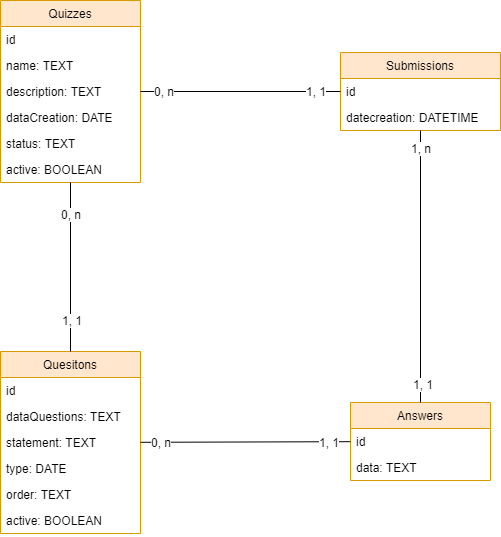
This is documentation/images/db/MCD_Kaphoot.png from nicolas-maitre/spa_framework, a draw.io export, as it was before one commit. Source tidied: cells renumbered, new cells last; positions are measured from the earlier drawing's top-left corner, leaving out a move shared by most shapes.
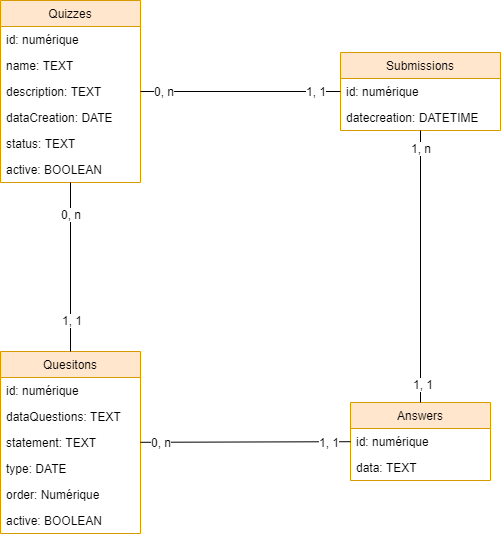
After the commit.

Commit message:
Modify Schema MCD MLD Schema

What changed in the source:
```diff
@@ -5,9 +5,9 @@
     <mxCell id="2" value="Quizzes" style="swimlane;fontStyle=0;horizontal=1;startSize=26;fillColor=#ffe6cc;strokeColor=#d79b00;" parent="1" vertex="1">
       <mxGeometry width="140" height="182" as="geometry" />
     </mxCell>
-    <mxCell id="3" value="id" style="text;strokeColor=none;fillColor=none;align=left;verticalAlign=top;spacingLeft=4;spacingRight=4;overflow=hidden;" parent="2" vertex="1">
-      <mxGeometry y="26" width="140" height="26" as="geometry" />
-    </mxCell>
+    <mxCell id="34" value="id: numérique" style="text;strokeColor=none;fillColor=none;align=left;verticalAlign=top;spacingLeft=4;spacingRight=4;overflow=hidden;" parent="2" vertex="1">
+      <mxGeometry y="26" width="140" height="26" as="geometry" />
+    </mxCell>
     <mxCell id="4" value="name: TEXT" style="text;strokeColor=none;fillColor=none;align=left;verticalAlign=top;spacingLeft=4;spacingRight=4;overflow=hidden;" parent="2" vertex="1">
       <mxGeometry y="52" width="140" height="26" as="geometry" />
     </mxCell>
@@ -20,15 +20,15 @@
     <mxCell id="7" value="status: TEXT" style="text;strokeColor=none;fillColor=none;align=left;verticalAlign=top;spacingLeft=4;spacingRight=4;overflow=hidden;" parent="2" vertex="1">
       <mxGeometry y="130" width="140" height="26" as="geometry" />
     </mxCell>
-    <mxCell id="8" value="active: BOOLEAN" style="text;strokeColor=none;fillColor=none;align=left;verticalAlign=top;spacingLeft=4;spacingRight=4;overflow=hidden;" parent="2" vertex="1">
-      <mxGeometry y="156" width="140" height="26" as="geometry" />
-    </mxCell>
+    <mxCell id="35" value="active: BOOLEAN" style="text;strokeColor=none;fillColor=none;align=left;verticalAlign=top;spacingLeft=4;spacingRight=4;overflow=hidden;" parent="2" vertex="1">
+      <mxGeometry y="156" width="140" height="26" as="geometry" />
+    </mxCell>
     <mxCell id="9" value="Quesitons" style="swimlane;fontStyle=0;horizontal=1;startSize=26;fillColor=#ffe6cc;strokeColor=#d79b00;" parent="1" vertex="1">
       <mxGeometry y="351" width="140" height="182" as="geometry" />
     </mxCell>
-    <mxCell id="10" value="id" style="text;strokeColor=none;fillColor=none;align=left;verticalAlign=top;spacingLeft=4;spacingRight=4;overflow=hidden;" parent="9" vertex="1">
-      <mxGeometry y="26" width="140" height="26" as="geometry" />
-    </mxCell>
+    <mxCell id="36" value="id: numérique" style="text;strokeColor=none;fillColor=none;align=left;verticalAlign=top;spacingLeft=4;spacingRight=4;overflow=hidden;" parent="9" vertex="1">
+      <mxGeometry y="26" width="140" height="26" as="geometry" />
+    </mxCell>
     <mxCell id="11" value="dataQuestions: TEXT" style="text;strokeColor=none;fillColor=none;align=left;verticalAlign=top;spacingLeft=4;spacingRight=4;overflow=hidden;" parent="9" vertex="1">
       <mxGeometry y="52" width="140" height="26" as="geometry" />
     </mxCell>
@@ -38,71 +38,71 @@
     <mxCell id="13" value="type: DATE" style="text;strokeColor=none;fillColor=none;align=left;verticalAlign=top;spacingLeft=4;spacingRight=4;overflow=hidden;" parent="9" vertex="1">
       <mxGeometry y="104" width="140" height="26" as="geometry" />
     </mxCell>
-    <mxCell id="14" value="order: TEXT" style="text;strokeColor=none;fillColor=none;align=left;verticalAlign=top;spacingLeft=4;spacingRight=4;overflow=hidden;" parent="9" vertex="1">
-      <mxGeometry y="130" width="140" height="26" as="geometry" />
-    </mxCell>
-    <mxCell id="15" value="active: BOOLEAN" style="text;strokeColor=none;fillColor=none;align=left;verticalAlign=top;spacingLeft=4;spacingRight=4;overflow=hidden;" parent="9" vertex="1">
-      <mxGeometry y="156" width="140" height="26" as="geometry" />
-    </mxCell>
+    <mxCell id="37" value="order: Numérique" style="text;strokeColor=none;fillColor=none;align=left;verticalAlign=top;spacingLeft=4;spacingRight=4;overflow=hidden;" parent="9" vertex="1">
+      <mxGeometry y="130" width="140" height="26" as="geometry" />
+    </mxCell>
+    <mxCell id="38" value="active: BOOLEAN" style="text;strokeColor=none;fillColor=none;align=left;verticalAlign=top;spacingLeft=4;spacingRight=4;overflow=hidden;" parent="9" vertex="1">
+      <mxGeometry y="156" width="140" height="26" as="geometry" />
+    </mxCell>
     <mxCell id="16" value="Answers" style="swimlane;fontStyle=0;horizontal=1;startSize=26;fillColor=#ffe6cc;strokeColor=#d79b00;" parent="1" vertex="1">
       <mxGeometry x="350" y="402" width="140" height="78" as="geometry" />
     </mxCell>
-    <mxCell id="17" value="id" style="text;strokeColor=none;fillColor=none;align=left;verticalAlign=top;spacingLeft=4;spacingRight=4;overflow=hidden;" parent="16" vertex="1">
-      <mxGeometry y="26" width="140" height="26" as="geometry" />
-    </mxCell>
+    <mxCell id="39" value="id: numérique" style="text;strokeColor=none;fillColor=none;align=left;verticalAlign=top;spacingLeft=4;spacingRight=4;overflow=hidden;" parent="16" vertex="1">
+      <mxGeometry y="26" width="140" height="26" as="geometry" />
+    </mxCell>
     <mxCell id="18" value="data: TEXT" style="text;strokeColor=none;fillColor=none;align=left;verticalAlign=top;spacingLeft=4;spacingRight=4;overflow=hidden;" parent="16" vertex="1">
       <mxGeometry y="52" width="140" height="26" as="geometry" />
     </mxCell>
     <mxCell id="19" value="Submissions" style="swimlane;fontStyle=0;horizontal=1;startSize=26;fillColor=#ffe6cc;strokeColor=#d79b00;" parent="1" vertex="1">
       <mxGeometry x="340" y="52" width="160" height="78" as="geometry" />
     </mxCell>
-    <mxCell id="20" value="id" style="text;strokeColor=none;fillColor=none;align=left;verticalAlign=top;spacingLeft=4;spacingRight=4;overflow=hidden;" parent="19" vertex="1">
-      <mxGeometry y="26" width="160" height="26" as="geometry" />
-    </mxCell>
+    <mxCell id="40" value="id: numérique" style="text;strokeColor=none;fillColor=none;align=left;verticalAlign=top;spacingLeft=4;spacingRight=4;overflow=hidden;" parent="19" vertex="1">
+      <mxGeometry y="26" width="160" height="26" as="geometry" />
+    </mxCell>
     <mxCell id="21" value="datecreation: DATETIME" style="text;strokeColor=none;fillColor=none;align=left;verticalAlign=top;spacingLeft=4;spacingRight=4;overflow=hidden;" parent="19" vertex="1">
       <mxGeometry y="52" width="160" height="26" as="geometry" />
     </mxCell>
     <mxCell id="22" style="endArrow=none;html=1;" parent="1" edge="1" source="2" target="19">
       <mxGeometry relative="1" as="geometry" />
     </mxCell>
-    <mxCell id="23" value="1, 1" style="text;html=1;align=center;verticalAlign=middle;labelBackgroundColor=#ffffff;" parent="22" vertex="1">
-      <mxGeometry x="0.78" y="4" relative="1" as="geometry">
-        <mxPoint x="-3" y="3" as="offset" />
-      </mxGeometry>
-    </mxCell>
-    <mxCell id="24" value="0, n" style="text;html=1;align=center;verticalAlign=middle;labelBackgroundColor=#ffffff;" parent="22" vertex="1">
-      <mxGeometry x="-0.77" relative="1" as="geometry">
-        <mxPoint y="-1" as="offset" />
-      </mxGeometry>
-    </mxCell>
+    <mxCell id="41" value="1, 1" style="text;html=1;align=center;verticalAlign=middle;labelBackgroundColor=#ffffff;" parent="22" vertex="1">
+      <mxGeometry x="0.78" y="4" relative="1" as="geometry">
+        <mxPoint x="-3" y="3" as="offset" />
+      </mxGeometry>
+    </mxCell>
+    <mxCell id="42" value="0, n" style="text;html=1;align=center;verticalAlign=middle;labelBackgroundColor=#ffffff;" parent="22" vertex="1">
+      <mxGeometry x="-0.77" relative="1" as="geometry">
+        <mxPoint y="-1" as="offset" />
+      </mxGeometry>
+    </mxCell>
     <mxCell id="25" style="endArrow=none;html=1;" parent="1" edge="1" source="16" target="19">
       <mxGeometry relative="1" as="geometry" />
     </mxCell>
     <mxCell id="26" value="1, n" style="text;html=1;align=center;verticalAlign=middle;labelBackgroundColor=#ffffff;" parent="25" vertex="1">
       <mxGeometry x="0.88" relative="1" as="geometry" />
     </mxCell>
-    <mxCell id="27" value="1, 1" style="text;html=1;align=center;verticalAlign=middle;labelBackgroundColor=#ffffff;" parent="25" vertex="1">
-      <mxGeometry x="-0.86" y="-2" relative="1" as="geometry" />
-    </mxCell>
+    <mxCell id="43" value="1, 1" style="text;html=1;align=center;verticalAlign=middle;labelBackgroundColor=#ffffff;" parent="25" vertex="1">
+      <mxGeometry x="-0.86" y="-2" relative="1" as="geometry" />
+    </mxCell>
     <mxCell id="28" style="endArrow=none;html=1;" parent="1" edge="1" source="9" target="16">
       <mxGeometry relative="1" as="geometry" />
     </mxCell>
-    <mxCell id="29" value="1, 1" style="text;html=1;align=center;verticalAlign=middle;labelBackgroundColor=#ffffff;" parent="28" vertex="1">
-      <mxGeometry x="0.8" relative="1" as="geometry" />
-    </mxCell>
-    <mxCell id="30" value="0, n" style="text;html=1;align=center;verticalAlign=middle;labelBackgroundColor=#ffffff;" parent="28" vertex="1">
-      <mxGeometry x="-0.86" relative="1" as="geometry">
-        <mxPoint x="6" as="offset" />
-      </mxGeometry>
-    </mxCell>
+    <mxCell id="44" value="1, 1" style="text;html=1;align=center;verticalAlign=middle;labelBackgroundColor=#ffffff;" parent="28" vertex="1">
+      <mxGeometry x="0.8" relative="1" as="geometry" />
+    </mxCell>
+    <mxCell id="45" value="0, n" style="text;html=1;align=center;verticalAlign=middle;labelBackgroundColor=#ffffff;" parent="28" vertex="1">
+      <mxGeometry x="-0.86" relative="1" as="geometry">
+        <mxPoint x="6" as="offset" />
+      </mxGeometry>
+    </mxCell>
     <mxCell id="31" style="endArrow=none;html=1;" parent="1" edge="1" source="9" target="2">
       <mxGeometry relative="1" as="geometry" />
     </mxCell>
-    <mxCell id="32" value="0, n" style="text;html=1;align=center;verticalAlign=middle;labelBackgroundColor=#ffffff;" parent="31" vertex="1">
-      <mxGeometry x="0.64" relative="1" as="geometry" />
-    </mxCell>
-    <mxCell id="33" value="1, 1" style="text;html=1;align=center;verticalAlign=middle;labelBackgroundColor=#ffffff;" parent="31" vertex="1">
-      <mxGeometry x="-0.62" y="-1" relative="1" as="geometry" />
-    </mxCell>
+    <mxCell id="46" value="0, n" style="text;html=1;align=center;verticalAlign=middle;labelBackgroundColor=#ffffff;" parent="31" vertex="1">
+      <mxGeometry x="0.64" relative="1" as="geometry" />
+    </mxCell>
+    <mxCell id="47" value="1, 1" style="text;html=1;align=center;verticalAlign=middle;labelBackgroundColor=#ffffff;" parent="31" vertex="1">
+      <mxGeometry x="-0.62" y="-1" relative="1" as="geometry" />
+    </mxCell>
   </root>
 </mxGraphModel>
```
